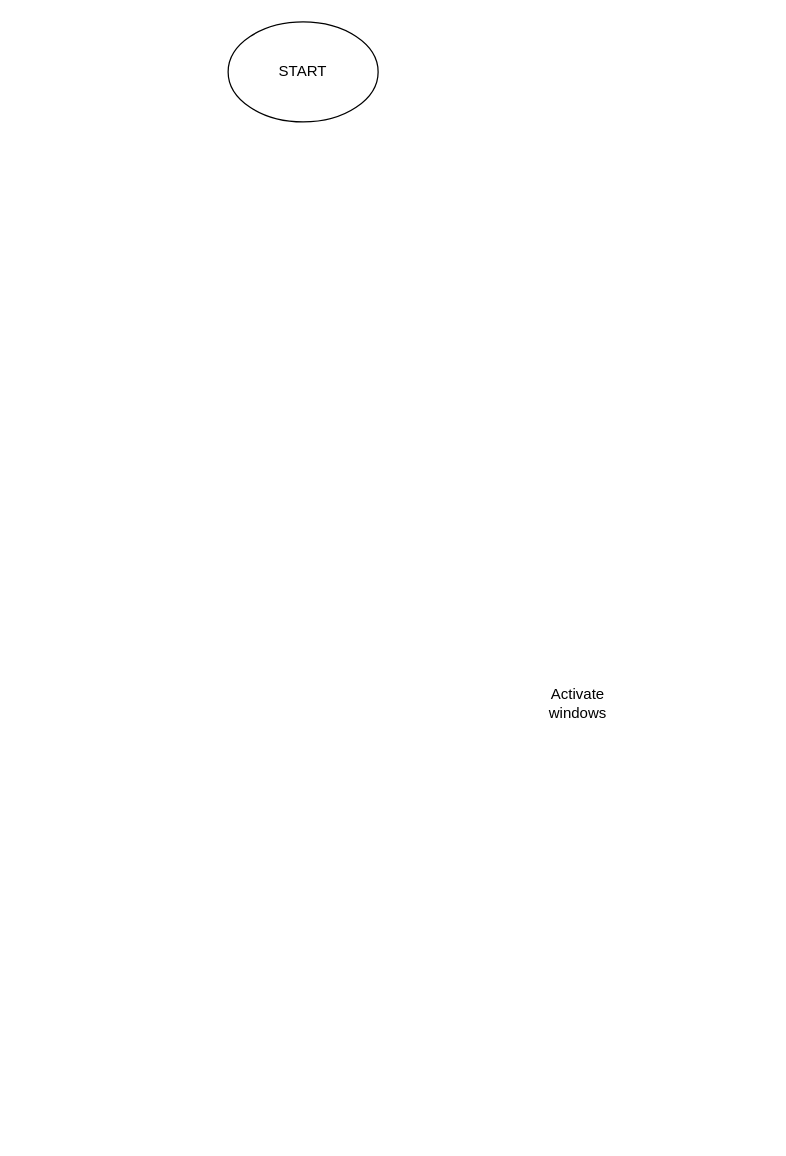
Earlier version of the draw.io diagram flowchart_lab2.drawio (robs2002/ISE_lab). Source tidied: cells renumbered, new cells numbered last; positions are measured from the earlier drawing's top-left corner, leaving out a move shared by most shapes. Both pictures are drawn from the tidied source at 125%, with x=0, y=0 at pixel (228, 21).
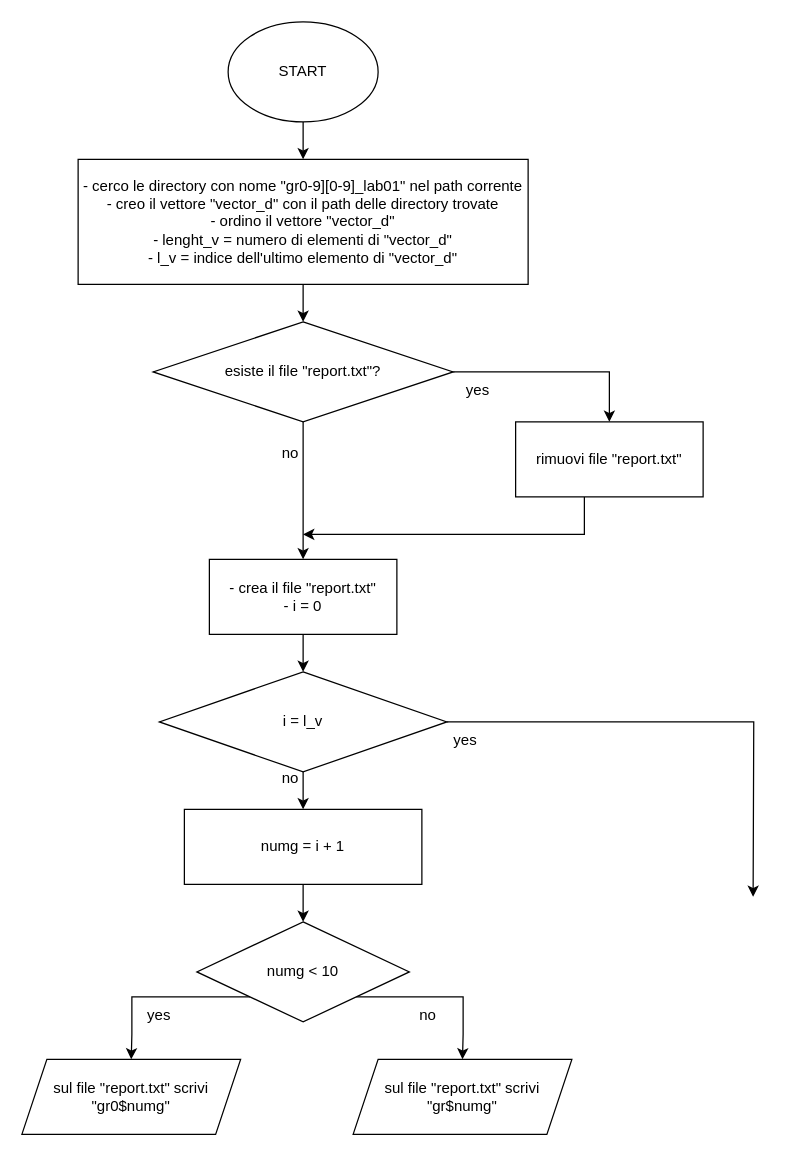
After the change.

Unchanged cells that the change refers to:
```xml
<mxCell id="2" value="START" style="ellipse;whiteSpace=wrap;html=1;" parent="1" vertex="1">
  <mxGeometry width="120" height="80" as="geometry" />
</mxCell>
```

What changed in the source:
```diff
@@
+    <mxCell id="4" style="edgeStyle=orthogonalEdgeStyle;rounded=0;jettySize=auto;html=1;" parent="1" edge="1" source="2" target="6">
+      <mxGeometry relative="1" as="geometry" />
+    </mxCell>
@@
-    <mxCell id="3" value="Activate windows" style="text;html=1;strokeColor=none;fillColor=none;align=center;verticalAlign=middle;whiteSpace=wrap;rounded=0;" parent="1" vertex="1">
-      <mxGeometry x="250" y="530" width="60" height="30" as="geometry" />
-    </mxCell>
+    <mxCell id="5" style="edgeStyle=orthogonalEdgeStyle;rounded=0;jettySize=auto;html=1;" parent="1" edge="1" source="6" target="9">
+      <mxGeometry relative="1" as="geometry" />
+    </mxCell>
+    <mxCell id="6" value="- cerco le directory con nome &quot;gr0-9][0-9]_lab01&quot; nel path corrente&lt;br&gt;- creo il vettore &quot;vector_d&quot; con il path delle directory trovate&lt;br&gt;- ordino il vettore &quot;vector_d&quot;&lt;br&gt;- lenght_v = numero di elementi di &quot;vector_d&quot;&lt;br&gt;- l_v = indice dell'ultimo elemento di &quot;vector_d&quot;" style="rounded=0;whiteSpace=wrap;html=1;" parent="1" vertex="1">
+      <mxGeometry x="-120" y="110" width="360" height="100" as="geometry" />
+    </mxCell>
+    <mxCell id="7" style="edgeStyle=orthogonalEdgeStyle;rounded=0;jettySize=auto;html=1;" parent="1" edge="1" source="9" target="13">
+      <mxGeometry relative="1" as="geometry" />
+    </mxCell>
+    <mxCell id="8" style="edgeStyle=orthogonalEdgeStyle;rounded=0;jettySize=auto;html=1;entryX=0.5;entryY=0;entryDx=0;entryDy=0;" parent="1" edge="1" source="9" target="11">
+      <mxGeometry relative="1" as="geometry" />
+    </mxCell>
+    <mxCell id="9" value="esiste il file &quot;report.txt&quot;?" style="rhombus;whiteSpace=wrap;html=1;" parent="1" vertex="1">
+      <mxGeometry x="-60" y="240" width="240" height="80" as="geometry" />
+    </mxCell>
+    <mxCell id="10" style="edgeStyle=orthogonalEdgeStyle;rounded=0;orthogonalLoop=1;jettySize=auto;html=1;" parent="1" edge="1">
+      <mxGeometry relative="1" as="geometry">
+        <mxPoint x="285" y="380" as="sourcePoint" />
+        <mxPoint x="60" y="410" as="targetPoint" />
+        <Array as="points">
+          <mxPoint x="285" y="410" />
+        </Array>
+      </mxGeometry>
+    </mxCell>
+    <mxCell id="11" value="rimuovi file &quot;report.txt&quot;" style="rounded=0;whiteSpace=wrap;html=1;" parent="1" vertex="1">
+      <mxGeometry x="230" y="320" width="150" height="60" as="geometry" />
+    </mxCell>
+    <mxCell id="12" style="edgeStyle=orthogonalEdgeStyle;rounded=0;jettySize=auto;html=1;" parent="1" edge="1" source="13" target="18">
+      <mxGeometry relative="1" as="geometry" />
+    </mxCell>
+    <mxCell id="13" value="- crea il file &quot;report.txt&quot;&lt;br&gt;- i = 0" style="rounded=0;whiteSpace=wrap;html=1;" parent="1" vertex="1">
+      <mxGeometry x="-15" y="430" width="150" height="60" as="geometry" />
+    </mxCell>
+    <mxCell id="14" value="yes" style="text;html=1;strokeColor=none;fillColor=none;align=center;verticalAlign=middle;whiteSpace=wrap;rounded=0;" parent="1" vertex="1">
+      <mxGeometry x="170" y="280" width="60" height="30" as="geometry" />
+    </mxCell>
+    <mxCell id="15" value="no" style="text;html=1;strokeColor=none;fillColor=none;align=center;verticalAlign=middle;whiteSpace=wrap;rounded=0;" parent="1" vertex="1">
+      <mxGeometry x="20" y="590" width="60" height="30" as="geometry" />
+    </mxCell>
+    <mxCell id="16" style="edgeStyle=orthogonalEdgeStyle;rounded=0;jettySize=auto;html=1;" parent="1" edge="1" source="18" target="20">
+      <mxGeometry relative="1" as="geometry" />
+    </mxCell>
+    <mxCell id="17" style="edgeStyle=orthogonalEdgeStyle;rounded=0;jettySize=auto;html=1;" parent="1" edge="1" source="18">
+      <mxGeometry relative="1" as="geometry">
+        <mxPoint x="420" y="700" as="targetPoint" />
+      </mxGeometry>
+    </mxCell>
+    <mxCell id="18" value="i = l_v" style="rhombus;whiteSpace=wrap;html=1;" parent="1" vertex="1">
+      <mxGeometry x="-55" y="520" width="230" height="80" as="geometry" />
+    </mxCell>
+    <mxCell id="19" style="edgeStyle=orthogonalEdgeStyle;rounded=0;jettySize=auto;html=1;" parent="1" edge="1" source="20" target="25">
+      <mxGeometry relative="1" as="geometry" />
+    </mxCell>
+    <mxCell id="20" value="numg = i + 1" style="rounded=0;whiteSpace=wrap;html=1;" parent="1" vertex="1">
+      <mxGeometry x="-35" y="630" width="190" height="60" as="geometry" />
+    </mxCell>
+    <mxCell id="21" value="no" style="text;html=1;strokeColor=none;fillColor=none;align=center;verticalAlign=middle;whiteSpace=wrap;rounded=0;" parent="1" vertex="1">
+      <mxGeometry x="20" y="330" width="60" height="30" as="geometry" />
+    </mxCell>
+    <mxCell id="22" value="yes" style="text;html=1;strokeColor=none;fillColor=none;align=center;verticalAlign=middle;whiteSpace=wrap;rounded=0;" parent="1" vertex="1">
+      <mxGeometry x="160" y="560" width="60" height="30" as="geometry" />
+    </mxCell>
+    <mxCell id="23" style="edgeStyle=orthogonalEdgeStyle;rounded=0;jettySize=auto;html=1;entryX=0.5;entryY=0;entryDx=0;entryDy=0;" parent="1" edge="1" source="25" target="27">
+      <mxGeometry relative="1" as="geometry">
+        <Array as="points">
+          <mxPoint x="188" y="780" />
+          <mxPoint x="188" y="810" />
+        </Array>
+      </mxGeometry>
+    </mxCell>
+    <mxCell id="24" style="edgeStyle=orthogonalEdgeStyle;rounded=0;jettySize=auto;html=1;entryX=0.5;entryY=0;entryDx=0;entryDy=0;" parent="1" edge="1" source="25" target="26">
+      <mxGeometry relative="1" as="geometry">
+        <Array as="points">
+          <mxPoint x="-77" y="780" />
+          <mxPoint x="-77" y="810" />
+        </Array>
+      </mxGeometry>
+    </mxCell>
+    <mxCell id="25" value="numg &amp;lt; 10" style="rhombus;whiteSpace=wrap;html=1;" parent="1" vertex="1">
+      <mxGeometry x="-25" y="720" width="170" height="80" as="geometry" />
+    </mxCell>
+    <mxCell id="26" value="sul file &quot;report.txt&quot; scrivi &quot;gr0$numg&quot;" style="shape=parallelogram;perimeter=parallelogramPerimeter;whiteSpace=wrap;html=1;fixedSize=1;" parent="1" vertex="1">
+      <mxGeometry x="-165" y="830" width="175" height="60" as="geometry" />
+    </mxCell>
+    <mxCell id="27" value="sul file &quot;report.txt&quot; scrivi &quot;gr$numg&quot;" style="shape=parallelogram;perimeter=parallelogramPerimeter;whiteSpace=wrap;html=1;fixedSize=1;" parent="1" vertex="1">
+      <mxGeometry x="100" y="830" width="175" height="60" as="geometry" />
+    </mxCell>
+    <mxCell id="28" value="yes" style="text;html=1;strokeColor=none;fillColor=none;align=center;verticalAlign=middle;whiteSpace=wrap;rounded=0;" parent="1" vertex="1">
+      <mxGeometry x="-85" y="780" width="60" height="30" as="geometry" />
+    </mxCell>
+    <mxCell id="29" value="no" style="text;html=1;strokeColor=none;fillColor=none;align=center;verticalAlign=middle;whiteSpace=wrap;rounded=0;" parent="1" vertex="1">
+      <mxGeometry x="130" y="780" width="60" height="30" as="geometry" />
+    </mxCell>
```
